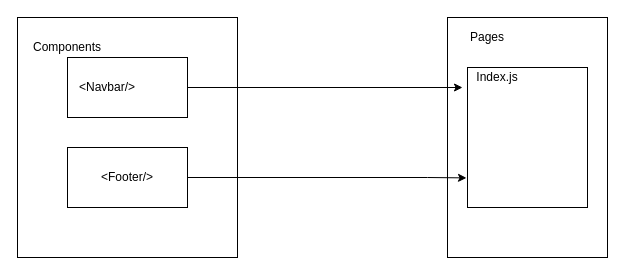
This is page "Adding Other Components" (1 of 2) of Untitled Diagram.drawio from UXsree/nextplayers, a draw.io file, before an edit. Source tidied: cells renumbered, new cells numbered last; positions are measured from the earlier drawing's top-left corner, leaving out a move shared by most shapes. Both pictures are drawn from the tidied source at 100%, with x=0, y=0 at pixel (17, 17).
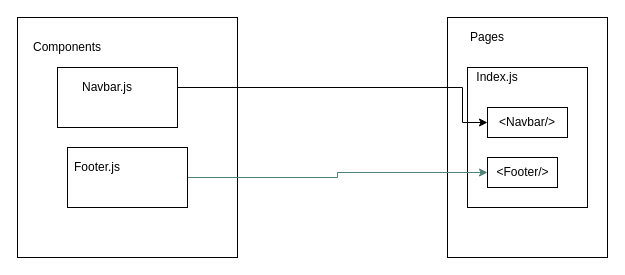
Above is the later version.

Diff of the diagram source:
```diff
@@
     <mxCell id="3" style="rounded=0;whiteSpace=wrap;html=1;" parent="1" vertex="1">
-      <mxGeometry x="50" y="40" width="120" height="60" as="geometry" />
+      <mxGeometry x="40" y="50" width="120" height="60" as="geometry" />
     </mxCell>
@@
-    <mxCell id="9" value="&amp;lt;Navbar/&amp;gt;" style="text;html=1;strokeColor=none;fillColor=none;align=center;verticalAlign=middle;whiteSpace=wrap;rounded=0;" parent="1" vertex="1">
+    <mxCell id="9" value="Navbar.js" style="text;html=1;strokeColor=none;fillColor=none;align=center;verticalAlign=middle;whiteSpace=wrap;rounded=0;" parent="1" vertex="1">
       <mxGeometry x="70" y="60" width="40" height="20" as="geometry" />
     </mxCell>
-    <mxCell id="10" style="edgeStyle=orthogonalEdgeStyle;rounded=0;jettySize=auto;html=1;" parent="1" edge="1" source="3">
+    <mxCell id="10" style="edgeStyle=orthogonalEdgeStyle;rounded=0;jettySize=auto;html=1;" parent="1" edge="1" source="3" target="14">
       <mxGeometry relative="1" as="geometry">
-        <mxPoint x="445" y="70" as="targetPoint" />
         <Array as="points">
           <mxPoint x="445" y="70" />
+          <mxPoint x="445" y="105" />
         </Array>
       </mxGeometry>
     </mxCell>
-    <mxCell id="11" style="edgeStyle=orthogonalEdgeStyle;rounded=0;orthogonalLoop=1;jettySize=auto;html=1;entryX=-0.008;entryY=0.817;entryDx=0;entryDy=0;entryPerimeter=0;" parent="1" edge="1">
-      <mxGeometry relative="1" as="geometry">
-        <mxPoint x="170" y="160" as="sourcePoint" />
-        <mxPoint x="449" y="160.4" as="targetPoint" />
-        <Array as="points">
-          <mxPoint x="410" y="160" />
-          <mxPoint x="410" y="160" />
-        </Array>
-      </mxGeometry>
-    </mxCell>
+    <mxCell id="13" style="edgeStyle=orthogonalEdgeStyle;rounded=0;jettySize=auto;html=1;fontSize=12;strokeColor=#4E8279;" parent="1" edge="1" source="12" target="18">
+      <mxGeometry relative="1" as="geometry" />
+    </mxCell>
-    <mxCell id="12" value="&amp;lt;Footer/&amp;gt;" style="rounded=0;whiteSpace=wrap;html=1;" parent="1" vertex="1">
+    <mxCell id="12" style="rounded=0;whiteSpace=wrap;html=1;" parent="1" vertex="1">
       <mxGeometry x="50" y="130" width="120" height="60" as="geometry" />
     </mxCell>
+    <mxCell id="14" style="rounded=0;whiteSpace=wrap;html=1;" parent="1" vertex="1">
+      <mxGeometry x="470" y="90" width="80" height="30" as="geometry" />
+    </mxCell>
+    <mxCell id="15" value="&amp;lt;Navbar/&amp;gt;" style="text;html=1;strokeColor=none;fillColor=none;align=center;verticalAlign=middle;whiteSpace=wrap;rounded=0;" parent="1" vertex="1">
+      <mxGeometry x="490" y="95" width="40" height="20" as="geometry" />
+    </mxCell>
+    <mxCell id="16" value="Footer.js" style="text;html=1;strokeColor=none;fillColor=none;align=center;verticalAlign=middle;whiteSpace=wrap;rounded=0;fontSize=12;" parent="1" vertex="1">
+      <mxGeometry x="60" y="140" width="40" height="20" as="geometry" />
+    </mxCell>
+    <mxCell id="17" style="group;" parent="1" vertex="1">
+      <mxGeometry x="470" y="140" width="70" height="30" as="geometry" />
+    </mxCell>
+    <mxCell id="18" style="rounded=0;whiteSpace=wrap;html=1;fontSize=12;" parent="17" vertex="1">
+      <mxGeometry width="70" height="30" as="geometry" />
+    </mxCell>
+    <mxCell id="19" value="&amp;lt;Footer/&amp;gt;" style="text;html=1;strokeColor=none;fillColor=none;align=center;verticalAlign=middle;whiteSpace=wrap;rounded=0;fontSize=12;" parent="17" vertex="1">
+      <mxGeometry x="20" y="9" width="31.1" height="12" as="geometry" />
+    </mxCell>
```
